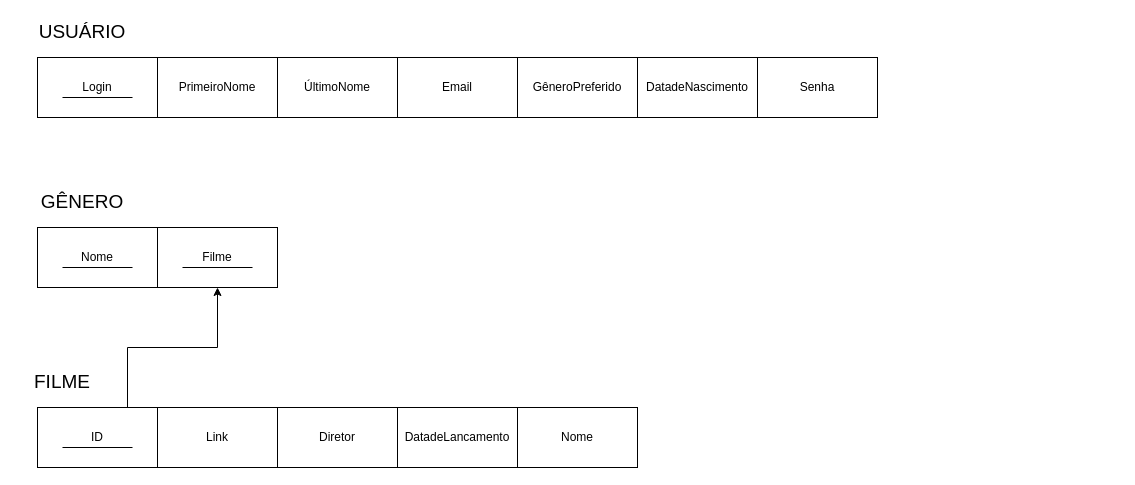
Before: Untitled Diagram.drawio in AccFerreira/Banco-de-Dados, a draw.io diagram. Source tidied: cells renumbered, new cells numbered last; positions are measured from the earlier drawing's top-left corner, leaving out a move shared by most shapes. Both pictures are drawn from the tidied source at 100%, with x=0, y=0 at pixel (17, 17).
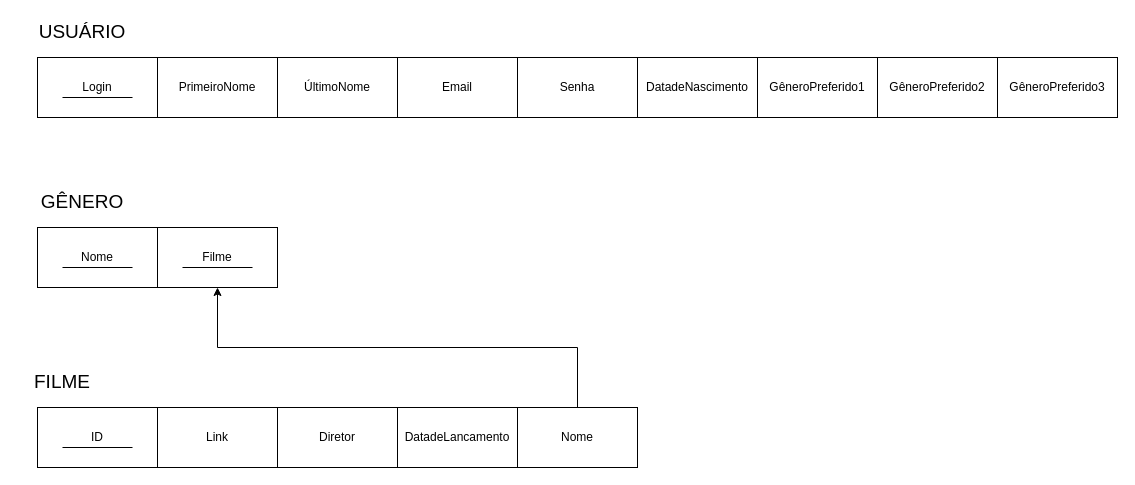
After the change.

Unchanged cells that the change refers to:
```xml
<mxCell id="12" value="Filme" style="rounded=0;whiteSpace=wrap;html=1;" parent="1" vertex="1">
  <mxGeometry x="140" y="210" width="120" height="60" as="geometry" />
</mxCell>
<mxCell id="17" value="ID" style="rounded=0;whiteSpace=wrap;html=1;" parent="1" vertex="1">
  <mxGeometry x="20" y="390" width="120" height="60" as="geometry" />
</mxCell>
<mxCell id="23" value="Nome" style="rounded=0;whiteSpace=wrap;html=1;" parent="1" vertex="1">
  <mxGeometry x="500" y="390" width="120" height="60" as="geometry" />
</mxCell>
```

Diff of the diagram source:
```diff
@@
-    <mxCell id="6" value="GêneroPreferido" style="rounded=0;whiteSpace=wrap;html=1;" parent="1" vertex="1">
-      <mxGeometry x="500" y="40" width="120" height="60" as="geometry" />
+    <mxCell id="6" value="GêneroPreferido1" style="rounded=0;whiteSpace=wrap;html=1;" parent="1" vertex="1">
+      <mxGeometry x="740" y="40" width="120" height="60" as="geometry" />
     </mxCell>
@@
     <mxCell id="8" value="Senha" style="rounded=0;whiteSpace=wrap;html=1;" parent="1" vertex="1">
-      <mxGeometry x="740" y="40" width="120" height="60" as="geometry" />
+      <mxGeometry x="500" y="40" width="120" height="60" as="geometry" />
     </mxCell>
@@
-    <mxCell id="16" style="edgeStyle=orthogonalEdgeStyle;rounded=0;jettySize=auto;html=1;exitX=0.75;exitY=0;exitDx=0;exitDy=0;entryX=0.5;entryY=1;entryDx=0;entryDy=0;" parent="1" edge="1" source="17" target="12">
-      <mxGeometry relative="1" as="geometry" />
-    </mxCell>
@@
+    <mxCell id="24" style="edgeStyle=orthogonalEdgeStyle;rounded=0;jettySize=auto;html=1;exitX=0.5;exitY=0;exitDx=0;exitDy=0;" parent="1" edge="1" source="23" target="12">
+      <mxGeometry relative="1" as="geometry" />
+    </mxCell>
@@
+    <mxCell id="25" value="GêneroPreferido2" style="rounded=0;whiteSpace=wrap;html=1;" parent="1" vertex="1">
+      <mxGeometry x="860" y="40" width="120" height="60" as="geometry" />
+    </mxCell>
+    <mxCell id="26" value="GêneroPreferido3" style="rounded=0;whiteSpace=wrap;html=1;" parent="1" vertex="1">
+      <mxGeometry x="980" y="40" width="120" height="60" as="geometry" />
+    </mxCell>
```
